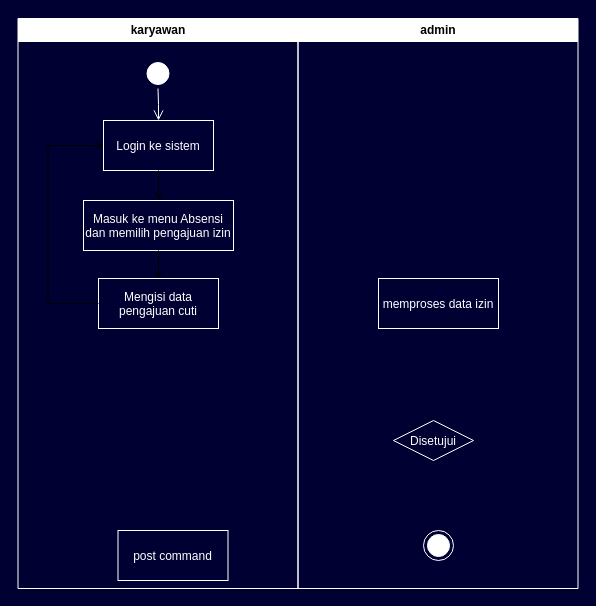
k-barr/Diagram keeps this draw.io diagram as activity diagram absensi analis.drawio. Above is the earlier version. Source tidied: cells renumbered, new cells numbered last; positions are measured from the earlier drawing's top-left corner, leaving out a move shared by most shapes. Both pictures are drawn from the tidied source at 100%, with x=0, y=0 at pixel (17, 18).
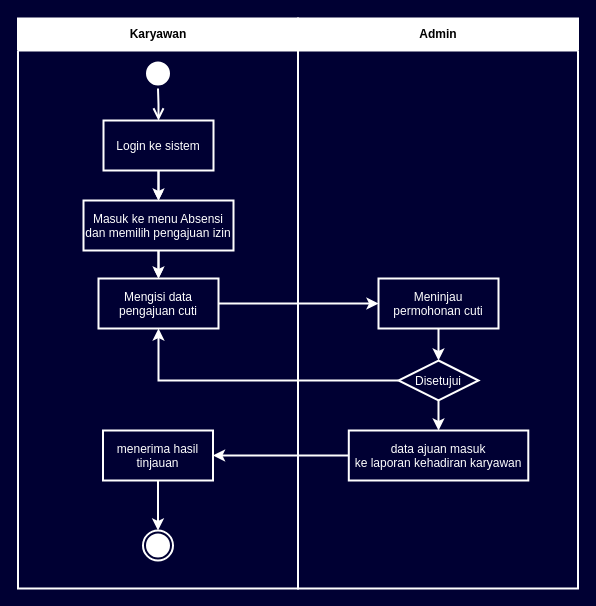
The same page after the edit.

What changed in the source:
```diff
@@
-    <mxCell id="2" value="karyawan" style="swimlane;whiteSpace=wrap;strokeColor=#FFFFFF;" parent="1" vertex="1">
+    <mxCell id="2" value="Karyawan" style="swimlane;whiteSpace=wrap;strokeColor=#FFFFFF;startSize=32;strokeWidth=2;" parent="1" vertex="1">
       <mxGeometry x="0.5" width="280" height="570" as="geometry" />
     </mxCell>
-    <mxCell id="3" style="ellipse;shape=startState;fillColor=#FFFFFF;strokeColor=#FFFFFF;" parent="2" vertex="1">
+    <mxCell id="3" style="ellipse;shape=startState;fillColor=#FFFFFF;strokeColor=#FFFFFF;strokeWidth=2;" parent="2" vertex="1">
       <mxGeometry x="125" y="40" width="30" height="30" as="geometry" />
     </mxCell>
-    <mxCell id="4" style="edgeStyle=elbowEdgeStyle;elbow=horizontal;verticalAlign=bottom;endArrow=open;endSize=8;strokeColor=#FFFFFF;endFill=1;rounded=0;" parent="2" edge="1" source="3" target="5">
+    <mxCell id="4" style="edgeStyle=elbowEdgeStyle;elbow=horizontal;verticalAlign=bottom;endArrow=open;endSize=8;strokeColor=#FFFFFF;endFill=1;rounded=0;strokeWidth=2;" parent="2" edge="1" source="3" target="5">
       <mxGeometry x="100" y="40" as="geometry" />
     </mxCell>
+    <mxCell id="16" style="edgeStyle=orthogonalEdgeStyle;rounded=0;jettySize=auto;html=1;exitX=0.5;exitY=1;exitDx=0;exitDy=0;entryX=0.5;entryY=0;entryDx=0;entryDy=0;strokeColor=#FFFFFF;strokeWidth=2;" parent="2" edge="1" source="5" target="6">
+      <mxGeometry relative="1" as="geometry" />
+    </mxCell>
-    <mxCell id="5" value="Login ke sistem" style="strokeColor=#FFFFFF;fontColor=#FFFFFF;fillColor=none;" parent="2" vertex="1">
+    <mxCell id="5" value="Login ke sistem" style="strokeColor=#FFFFFF;fontColor=#FFFFFF;fillColor=none;strokeWidth=2;" parent="2" vertex="1">
       <mxGeometry x="85.5" y="102" width="110" height="50" as="geometry" />
     </mxCell>
+    <mxCell id="17" style="edgeStyle=orthogonalEdgeStyle;rounded=0;jettySize=auto;html=1;exitX=0.5;exitY=1;exitDx=0;exitDy=0;entryX=0.5;entryY=0;entryDx=0;entryDy=0;strokeColor=#FFFFFF;strokeWidth=2;" parent="2" edge="1" source="6" target="8">
+      <mxGeometry relative="1" as="geometry" />
+    </mxCell>
-    <mxCell id="6" value="Masuk ke menu Absensi&#10;dan memilih pengajuan izin" style="strokeColor=#FFFFFF;fontColor=#FFFFFF;fillColor=none;" parent="2" vertex="1">
+    <mxCell id="6" value="Masuk ke menu Absensi&#10;dan memilih pengajuan izin" style="strokeColor=#FFFFFF;fontColor=#FFFFFF;fillColor=none;strokeWidth=2;" parent="2" vertex="1">
       <mxGeometry x="65.5" y="182" width="150" height="50" as="geometry" />
     </mxCell>
-    <mxCell id="7" style="endArrow=open;strokeColor=default;endFill=1;rounded=0;fontColor=#FFFFFF;" parent="2" edge="1" source="5" target="6">
+    <mxCell id="7" style="endArrow=open;strokeColor=#FFFFFF;endFill=1;rounded=0;fontColor=#FFFFFF;strokeWidth=2;" parent="2" edge="1" source="5" target="6">
       <mxGeometry relative="1" as="geometry" />
     </mxCell>
-    <mxCell id="8" value="Mengisi data&#10;pengajuan cuti" style="strokeColor=#FFFFFF;fontColor=#FFFFFF;fillColor=none;" parent="2" vertex="1">
+    <mxCell id="8" value="Mengisi data&#10;pengajuan cuti" style="strokeColor=#FFFFFF;fontColor=#FFFFFF;fillColor=none;strokeWidth=2;" parent="2" vertex="1">
       <mxGeometry x="80.5" y="260" width="120" height="50" as="geometry" />
     </mxCell>
-    <mxCell id="9" style="endArrow=open;strokeColor=default;endFill=1;rounded=0;fontColor=#FFFFFF;" parent="2" edge="1" source="6" target="8">
+    <mxCell id="9" style="endArrow=open;strokeColor=#FFFFFF;endFill=1;rounded=0;fontColor=#FFFFFF;strokeWidth=2;" parent="2" edge="1" source="6" target="8">
       <mxGeometry relative="1" as="geometry" />
     </mxCell>
-    <mxCell id="10" style="edgeStyle=elbowEdgeStyle;elbow=horizontal;strokeColor=default;endArrow=open;endFill=1;rounded=0;fontColor=#FFFFFF;" parent="2" edge="1" source="8" target="5">
-      <mxGeometry relative="1" as="geometry">
-        <Array as="points">
-          <mxPoint x="30" y="250" />
-        </Array>
-      </mxGeometry>
-    </mxCell>
+    <mxCell id="18" style="edgeStyle=orthogonalEdgeStyle;rounded=0;jettySize=auto;html=1;exitX=0.5;exitY=1;exitDx=0;exitDy=0;entryX=0.5;entryY=0;entryDx=0;entryDy=0;strokeColor=#FFFFFF;strokeWidth=2;" parent="2" edge="1" source="11" target="14">
+      <mxGeometry relative="1" as="geometry" />
+    </mxCell>
-    <mxCell id="11" value="post command" style="strokeColor=#FFFFFF;fontColor=#FFFFFF;fillColor=none;" parent="2" vertex="1">
-      <mxGeometry x="100" y="512" width="110" height="50" as="geometry" />
+    <mxCell id="11" value="menerima hasil&#10;tinjauan" style="strokeColor=#FFFFFF;fontColor=#FFFFFF;fillColor=none;strokeWidth=2;" parent="2" vertex="1">
+      <mxGeometry x="85" y="412" width="110" height="50" as="geometry" />
     </mxCell>
+    <mxCell id="14" style="ellipse;html=1;shape=endState;fillColor=#FFFFFF;strokeColor=#FFFFFF;strokeWidth=2;" parent="2" vertex="1">
+      <mxGeometry x="125" y="512" width="30" height="30" as="geometry" />
+    </mxCell>
-    <mxCell id="12" value="admin" style="swimlane;whiteSpace=wrap;strokeColor=#FFFFFF;startSize=23;" parent="1" vertex="1">
+    <mxCell id="12" value="Admin" style="swimlane;whiteSpace=wrap;strokeColor=#FFFFFF;startSize=32;strokeWidth=2;" parent="1" vertex="1">
       <mxGeometry x="280.5" width="280" height="570" as="geometry" />
     </mxCell>
+    <mxCell id="19" style="edgeStyle=orthogonalEdgeStyle;rounded=0;jettySize=auto;html=1;exitX=0.5;exitY=1;exitDx=0;exitDy=0;entryX=0.5;entryY=0;entryDx=0;entryDy=0;strokeColor=#FFFFFF;strokeWidth=2;" parent="12" edge="1" source="13" target="21">
+      <mxGeometry relative="1" as="geometry" />
+    </mxCell>
-    <mxCell id="13" value="Disetujui" style="rhombus;fillColor=none;strokeColor=#FFFFFF;fontColor=#FFFFFF;" parent="12" vertex="1">
-      <mxGeometry x="95.5" y="402" width="80" height="40" as="geometry" />
+    <mxCell id="13" value="Disetujui" style="rhombus;fillColor=none;strokeColor=#FFFFFF;fontColor=#FFFFFF;strokeWidth=2;" parent="12" vertex="1">
+      <mxGeometry x="100.5" y="342" width="80" height="40" as="geometry" />
     </mxCell>
-    <mxCell id="14" style="ellipse;html=1;shape=endState;fillColor=#FFFFFF;strokeColor=#FFFFFF;" parent="12" vertex="1">
-      <mxGeometry x="125.5" y="512" width="30" height="30" as="geometry" />
-    </mxCell>
+    <mxCell id="20" style="edgeStyle=orthogonalEdgeStyle;rounded=0;jettySize=auto;html=1;exitX=0.5;exitY=1;exitDx=0;exitDy=0;entryX=0.5;entryY=0;entryDx=0;entryDy=0;strokeColor=#FFFFFF;strokeWidth=2;" parent="12" edge="1" source="15" target="13">
+      <mxGeometry relative="1" as="geometry" />
+    </mxCell>
-    <mxCell id="15" value="memproses data izin" style="strokeColor=#FFFFFF;fontColor=#FFFFFF;fillColor=none;" parent="12" vertex="1">
+    <mxCell id="15" value="Meninjau&#10;permohonan cuti" style="strokeColor=#FFFFFF;fontColor=#FFFFFF;fillColor=none;strokeWidth=2;" parent="12" vertex="1">
       <mxGeometry x="80.5" y="260" width="120" height="50" as="geometry" />
     </mxCell>
+    <mxCell id="21" value="data ajuan masuk&#10;ke laporan kehadiran karyawan" style="strokeColor=#FFFFFF;fontColor=#FFFFFF;fillColor=none;strokeWidth=2;" parent="12" vertex="1">
+      <mxGeometry x="50.8" y="412" width="179.5" height="50" as="geometry" />
+    </mxCell>
+    <mxCell id="22" style="edgeStyle=orthogonalEdgeStyle;rounded=0;jettySize=auto;html=1;exitX=1;exitY=0.5;exitDx=0;exitDy=0;entryX=0;entryY=0.5;entryDx=0;entryDy=0;strokeColor=#FFFFFF;strokeWidth=2;" parent="1" edge="1" source="8" target="15">
+      <mxGeometry relative="1" as="geometry" />
+    </mxCell>
+    <mxCell id="23" style="edgeStyle=orthogonalEdgeStyle;rounded=0;jettySize=auto;html=1;exitX=0;exitY=0.5;exitDx=0;exitDy=0;entryX=0.5;entryY=1;entryDx=0;entryDy=0;strokeColor=#FFFFFF;strokeWidth=2;" parent="1" edge="1" source="13" target="8">
+      <mxGeometry relative="1" as="geometry" />
+    </mxCell>
+    <mxCell id="24" style="edgeStyle=orthogonalEdgeStyle;rounded=0;jettySize=auto;html=1;exitX=0;exitY=0.5;exitDx=0;exitDy=0;entryX=1;entryY=0.5;entryDx=0;entryDy=0;strokeColor=#FFFFFF;strokeWidth=2;" parent="1" edge="1" source="21" target="11">
+      <mxGeometry relative="1" as="geometry" />
+    </mxCell>
```
